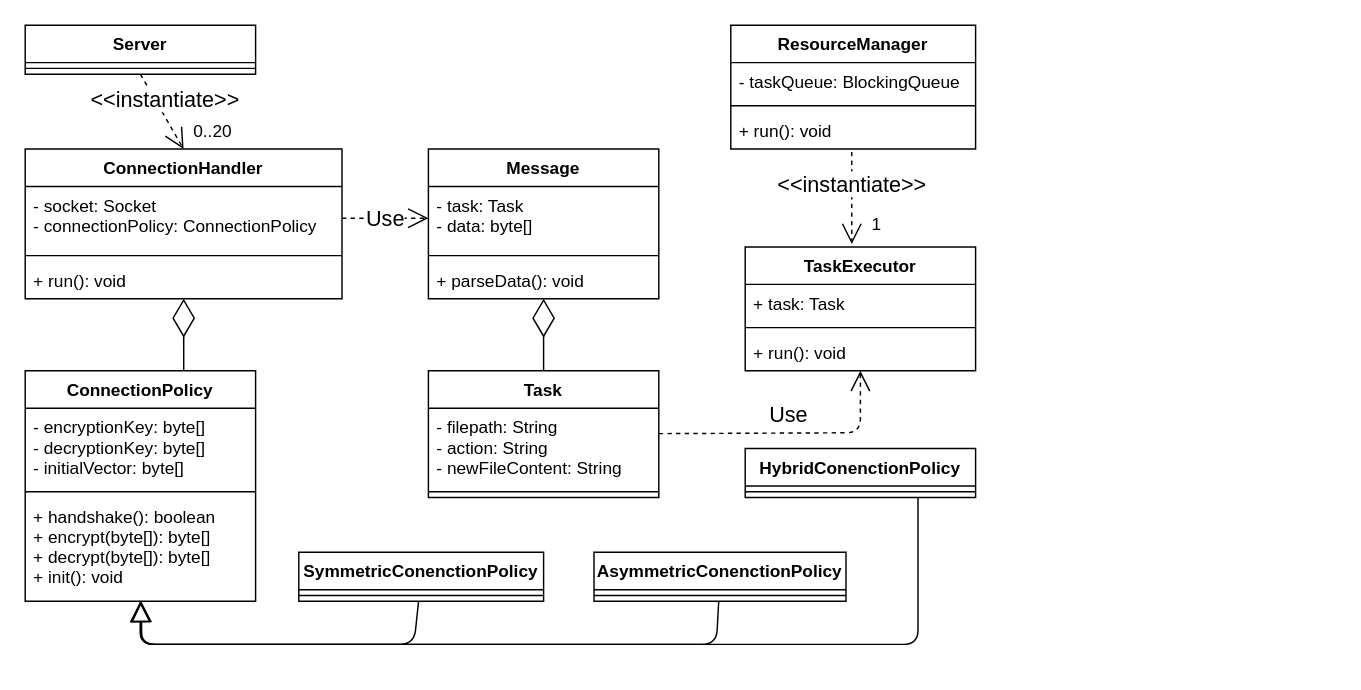
Above: Untitled Diagram.drawio in Introvertuoso/information-security-system-project (draw.io), before the change. Source tidied: cells renumbered, new cells numbered last; positions are measured from the earlier drawing's top-left corner, leaving out a move shared by most shapes. Both pictures are drawn from the tidied source at 144%, with x=0, y=0 at pixel (24, 24).
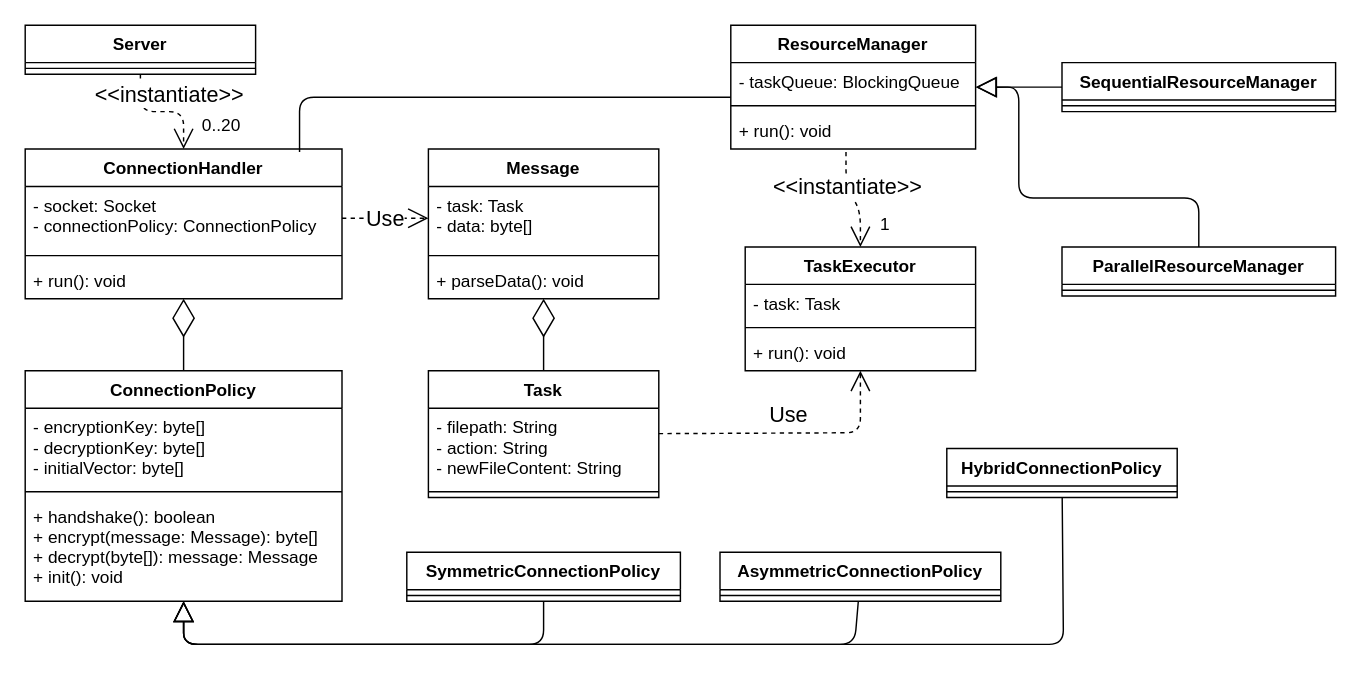
After the change.

The change refers to these unchanged cells:
```xml
<mxCell id="2" value="Server" style="swimlane;fontStyle=1;align=center;verticalAlign=top;horizontal=1;startSize=26;" parent="1" vertex="1">
  <mxGeometry width="160" height="34" as="geometry" />
</mxCell>
<mxCell id="4" value="ConnectionHandler" style="swimlane;fontStyle=1;align=center;verticalAlign=top;horizontal=1;startSize=26;" parent="1" vertex="1">
  <mxGeometry y="86" width="220" height="104" as="geometry" />
</mxCell>
<mxCell id="22" value="ResourceManager" style="swimlane;fontStyle=1;align=center;verticalAlign=top;horizontal=1;startSize=26;" parent="1" vertex="1">
  <mxGeometry x="490" width="170" height="86" as="geometry" />
</mxCell>
<mxCell id="23" value="- taskQueue: BlockingQueue" style="text;strokeColor=none;fillColor=none;align=left;verticalAlign=top;spacingLeft=4;spacingRight=4;overflow=hidden;points=[[0,0.5],[1,0.5]];portConstraint=eastwest;" parent="22" vertex="1">
  <mxGeometry y="26" width="170" height="26" as="geometry" />
</mxCell>
<mxCell id="29" value="TaskExecutor" style="swimlane;fontStyle=1;align=center;verticalAlign=top;horizontal=1;startSize=26;" parent="1" vertex="1">
  <mxGeometry x="500" y="154" width="160" height="86" as="geometry" />
</mxCell>
```

What changed in the source:
```diff
@@
     <mxCell id="8" value="ConnectionPolicy" style="swimlane;fontStyle=1;align=center;verticalAlign=top;horizontal=1;startSize=26;" parent="1" vertex="1">
-      <mxGeometry y="240" width="160" height="160" as="geometry" />
+      <mxGeometry y="240" width="220" height="160" as="geometry" />
     </mxCell>
     <mxCell id="9" value="- encryptionKey: byte[]&#10;- decryptionKey: byte[]&#10;- initialVector: byte[]&#10;" style="text;strokeColor=none;fillColor=none;align=left;verticalAlign=top;spacingLeft=4;spacingRight=4;overflow=hidden;" parent="8" vertex="1">
-      <mxGeometry y="26" width="160" height="54" as="geometry" />
+      <mxGeometry y="26" width="220" height="54" as="geometry" />
     </mxCell>
     <mxCell id="10" style="line;strokeWidth=1;fillColor=none;align=left;verticalAlign=middle;spacingTop=-1;spacingLeft=3;spacingRight=3;labelPosition=right;" parent="8" vertex="1">
-      <mxGeometry y="80" width="160" height="8" as="geometry" />
+      <mxGeometry y="80" width="220" height="8" as="geometry" />
     </mxCell>
-    <mxCell id="11" value="+ handshake(): boolean&#10;+ encrypt(byte[]): byte[]&#10;+ decrypt(byte[]): byte[]&#10;+ init(): void&#10;" style="text;strokeColor=none;fillColor=none;align=left;verticalAlign=top;spacingLeft=4;spacingRight=4;overflow=hidden;points=[[0,0.5],[1,0.5]];portConstraint=eastwest;" parent="8" vertex="1">
-      <mxGeometry y="88" width="160" height="72" as="geometry" />
+    <mxCell id="11" value="+ handshake(): boolean&#10;+ encrypt(message: Message): byte[]&#10;+ decrypt(byte[]): message: Message&#10;+ init(): void&#10;" style="text;strokeColor=none;fillColor=none;align=left;verticalAlign=top;spacingLeft=4;spacingRight=4;overflow=hidden;points=[[0,0.5],[1,0.5]];portConstraint=eastwest;" parent="8" vertex="1">
+      <mxGeometry y="88" width="220" height="72" as="geometry" />
     </mxCell>
-    <mxCell id="12" value="AsymmetricConenctionPolicy" style="swimlane;fontStyle=1;align=center;verticalAlign=top;horizontal=1;startSize=26;" parent="1" vertex="1">
-      <mxGeometry x="395" y="366" width="175" height="34" as="geometry" />
+    <mxCell id="12" value="AsymmetricConnectionPolicy" style="swimlane;fontStyle=1;align=center;verticalAlign=top;horizontal=1;startSize=26;" parent="1" vertex="1">
+      <mxGeometry x="482.5" y="366" width="195" height="34" as="geometry" />
     </mxCell>
     <mxCell id="13" style="line;strokeWidth=1;fillColor=none;align=left;verticalAlign=middle;spacingTop=-1;spacingLeft=3;spacingRight=3;labelPosition=right;" parent="12" vertex="1">
-      <mxGeometry y="26" width="175" height="8" as="geometry" />
+      <mxGeometry y="26" width="195" height="8" as="geometry" />
     </mxCell>
-    <mxCell id="14" value="SymmetricConenctionPolicy" style="swimlane;fontStyle=1;align=center;verticalAlign=top;horizontal=1;startSize=26;" parent="1" vertex="1">
-      <mxGeometry x="190" y="366" width="170" height="34" as="geometry" />
+    <mxCell id="14" value="SymmetricConnectionPolicy" style="swimlane;fontStyle=1;align=center;verticalAlign=top;horizontal=1;startSize=26;" parent="1" vertex="1">
+      <mxGeometry x="265" y="366" width="190" height="34" as="geometry" />
     </mxCell>
     <mxCell id="15" style="line;strokeWidth=1;fillColor=none;align=left;verticalAlign=middle;spacingTop=-1;spacingLeft=3;spacingRight=3;labelPosition=right;" parent="14" vertex="1">
-      <mxGeometry y="26" width="170" height="8" as="geometry" />
+      <mxGeometry y="26" width="190" height="8" as="geometry" />
     </mxCell>
-    <mxCell id="16" value="HybridConenctionPolicy" style="swimlane;fontStyle=1;align=center;verticalAlign=top;horizontal=1;startSize=26;" parent="1" vertex="1">
-      <mxGeometry x="500" y="294" width="160" height="34" as="geometry" />
+    <mxCell id="16" value="HybridConnectionPolicy" style="swimlane;fontStyle=1;align=center;verticalAlign=top;horizontal=1;startSize=26;" parent="1" vertex="1">
+      <mxGeometry x="640" y="294" width="160" height="34" as="geometry" />
     </mxCell>
@@
-    <mxCell id="30" value="+ task: Task" style="text;strokeColor=none;fillColor=none;align=left;verticalAlign=top;spacingLeft=4;spacingRight=4;overflow=hidden;" parent="29" vertex="1">
+    <mxCell id="30" value="- task: Task" style="text;strokeColor=none;fillColor=none;align=left;verticalAlign=top;spacingLeft=4;spacingRight=4;overflow=hidden;" parent="29" vertex="1">
       <mxGeometry y="26" width="160" height="26" as="geometry" />
     </mxCell>
@@
     <mxCell id="33" value="&amp;lt;&amp;lt;instantiate&amp;gt;&amp;gt;" style="edgeStyle=none;html=1;endArrow=open;endSize=12;dashed=1;verticalAlign=bottom;fontSize=15;exitX=0.5;exitY=1;exitDx=0;exitDy=0;entryX=0.5;entryY=0;entryDx=0;entryDy=0;" parent="1" edge="1" source="2" target="4">
-      <mxGeometry x="0.13" relative="1" as="geometry" />
+      <mxGeometry x="0.13" relative="1" as="geometry">
+        <Array as="points">
+          <mxPoint x="80" y="60" />
+          <mxPoint x="110" y="60" />
+        </Array>
+      </mxGeometry>
     </mxCell>
@@
-    <mxCell id="35" value="&amp;lt;&amp;lt;instantiate&amp;gt;&amp;gt;" style="endArrow=open;endSize=12;dashed=1;html=1;fontSize=15;" parent="1" edge="1">
+    <mxCell id="35" value="&amp;lt;&amp;lt;instantiate&amp;gt;&amp;gt;" style="endArrow=open;endSize=12;dashed=1;html=1;fontSize=15;entryX=0.5;entryY=0;entryDx=0;entryDy=0;" parent="1" edge="1" target="29">
       <mxGeometry x="-0.31" relative="1" as="geometry">
-        <mxPoint x="574" y="88" as="sourcePoint" />
-        <mxPoint x="574" y="152" as="targetPoint" />
+        <mxPoint x="570" y="88" as="sourcePoint" />
+        <Array as="points">
+          <mxPoint x="570" y="110" />
+          <mxPoint x="580" y="130" />
+        </Array>
       </mxGeometry>
     </mxCell>
@@
-    <mxCell id="37" style="edgeStyle=none;html=1;endSize=12;endArrow=block;endFill=0;strokeWidth=1;fontSize=15;" parent="1" edge="1" source="14" target="11">
+    <mxCell id="37" style="edgeStyle=none;html=1;endSize=12;endArrow=block;endFill=0;strokeWidth=1;fontSize=15;" parent="1" edge="1" source="14" target="8">
       <mxGeometry relative="1" as="geometry">
         <Array as="points">
-          <mxPoint x="270" y="430" />
-          <mxPoint x="81" y="430" />
+          <mxPoint x="360" y="430" />
+          <mxPoint x="110" y="430" />
         </Array>
       </mxGeometry>
     </mxCell>
-    <mxCell id="38" style="edgeStyle=none;html=1;endSize=12;endArrow=block;endFill=0;strokeWidth=1;fontSize=15;" parent="1" edge="1" source="12">
+    <mxCell id="38" style="edgeStyle=none;html=1;endSize=12;endArrow=block;endFill=0;strokeWidth=1;fontSize=15;" parent="1" edge="1" source="12" target="8">
       <mxGeometry relative="1" as="geometry">
-        <mxPoint x="80" y="400" as="targetPoint" />
         <Array as="points">
-          <mxPoint x="480" y="430" />
-          <mxPoint x="80" y="430" />
+          <mxPoint x="576" y="430" />
+          <mxPoint x="110" y="430" />
         </Array>
       </mxGeometry>
     </mxCell>
-    <mxCell id="39" style="edgeStyle=none;html=1;endSize=12;endArrow=block;endFill=0;strokeWidth=1;fontSize=15;exitX=0.75;exitY=1;exitDx=0;exitDy=0;" parent="1" edge="1" source="16">
+    <mxCell id="39" style="edgeStyle=none;html=1;endSize=12;endArrow=block;endFill=0;strokeWidth=1;fontSize=15;" parent="1" edge="1" source="16" target="8">
       <mxGeometry relative="1" as="geometry">
-        <mxPoint x="80" y="400" as="targetPoint" />
         <Array as="points">
-          <mxPoint x="620" y="430" />
-          <mxPoint x="80" y="430" />
+          <mxPoint x="721" y="430" />
+          <mxPoint x="110" y="430" />
         </Array>
       </mxGeometry>
     </mxCell>
-    <mxCell id="40" style="endArrow=diamondThin;endFill=0;endSize=24;html=1;strokeWidth=1;fontSize=15;exitX=0.688;exitY=0;exitDx=0;exitDy=0;exitPerimeter=0;" parent="1" edge="1" source="8" target="4">
-      <mxGeometry relative="1" as="geometry" />
+    <mxCell id="40" style="endArrow=diamondThin;endFill=0;endSize=24;html=1;strokeWidth=1;fontSize=15;exitX=0.5;exitY=0;exitDx=0;exitDy=0;" parent="1" edge="1" source="8" target="4">
+      <mxGeometry relative="1" as="geometry">
+        <Array as="points">
+          <mxPoint x="110" y="230" />
+        </Array>
+      </mxGeometry>
     </mxCell>
@@
+    <mxCell id="44" value="SequentialResourceManager" style="swimlane;fontStyle=1;align=center;verticalAlign=top;horizontal=1;startSize=26;" parent="1" vertex="1">
+      <mxGeometry x="720" y="26" width="190" height="34" as="geometry" />
+    </mxCell>
+    <mxCell id="45" style="line;strokeWidth=1;fillColor=none;align=left;verticalAlign=middle;spacingTop=-1;spacingLeft=3;spacingRight=3;labelPosition=right;" parent="44" vertex="1">
+      <mxGeometry y="26" width="190" height="8" as="geometry" />
+    </mxCell>
+    <mxCell id="46" value="ParallelResourceManager" style="swimlane;fontStyle=1;align=center;verticalAlign=top;horizontal=1;startSize=26;" parent="1" vertex="1">
+      <mxGeometry x="720" y="154" width="190" height="34" as="geometry" />
+    </mxCell>
+    <mxCell id="47" style="line;strokeWidth=1;fillColor=none;align=left;verticalAlign=middle;spacingTop=-1;spacingLeft=3;spacingRight=3;labelPosition=right;" parent="46" vertex="1">
+      <mxGeometry y="26" width="190" height="8" as="geometry" />
+    </mxCell>
+    <mxCell id="48" style="edgeStyle=none;html=1;endSize=12;endArrow=block;endFill=0;" parent="1" edge="1" source="44" target="22">
+      <mxGeometry relative="1" as="geometry" />
+    </mxCell>
+    <mxCell id="49" style="edgeStyle=none;html=1;endSize=12;endArrow=block;endFill=0;entryX=1.002;entryY=0.656;entryDx=0;entryDy=0;entryPerimeter=0;" parent="1" edge="1" source="46" target="23">
+      <mxGeometry relative="1" as="geometry">
+        <Array as="points">
+          <mxPoint x="815" y="120" />
+          <mxPoint x="690" y="120" />
+          <mxPoint x="690" y="43" />
+        </Array>
+      </mxGeometry>
+    </mxCell>
+    <mxCell id="50" style="edgeStyle=elbowEdgeStyle;html=1;endArrow=none;elbow=vertical;exitX=0.866;exitY=0.019;exitDx=0;exitDy=0;exitPerimeter=0;" parent="1" edge="1" source="4" target="22">
+      <mxGeometry relative="1" as="geometry">
+        <Array as="points">
+          <mxPoint x="350" y="50" />
+          <mxPoint x="200" y="60" />
+          <mxPoint x="300" y="50" />
+        </Array>
+      </mxGeometry>
+    </mxCell>
```
